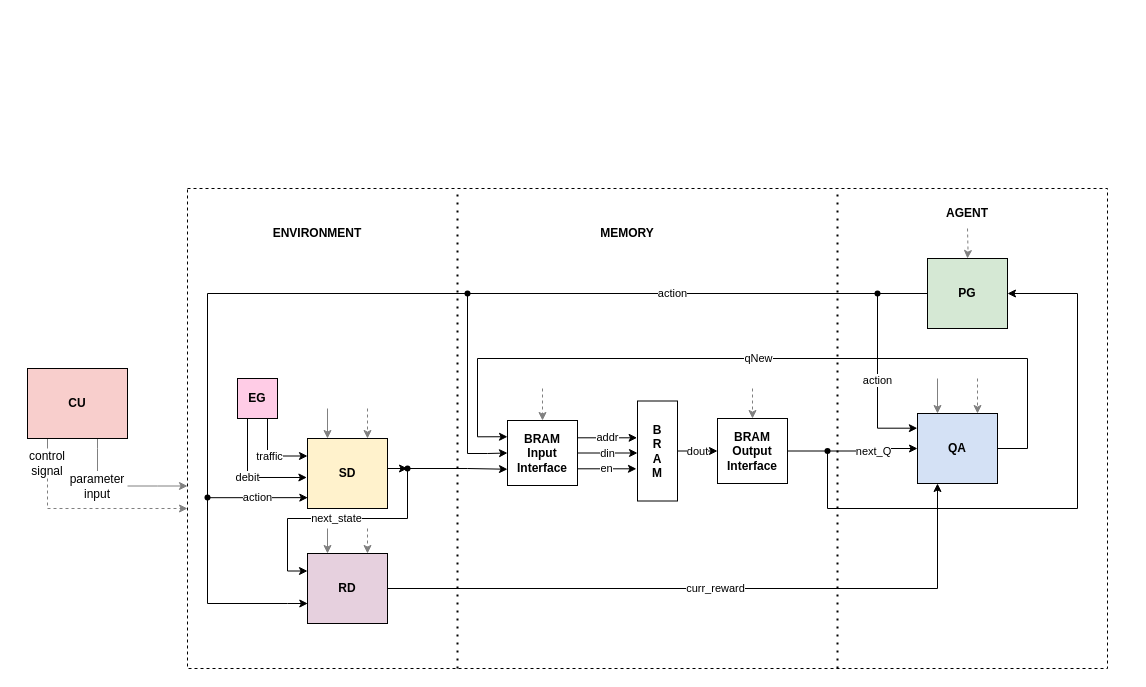
This is page "Sytem" (2 of 4) of intelight.drawio from zulfikarna/intelight, a draw.io file, before an edit. Source tidied: cells renumbered, new cells numbered last; positions are measured from the earlier drawing's top-left corner, leaving out a move shared by most shapes. Both pictures are drawn from the tidied source at 100%, with x=0, y=0 at pixel (17, 188).
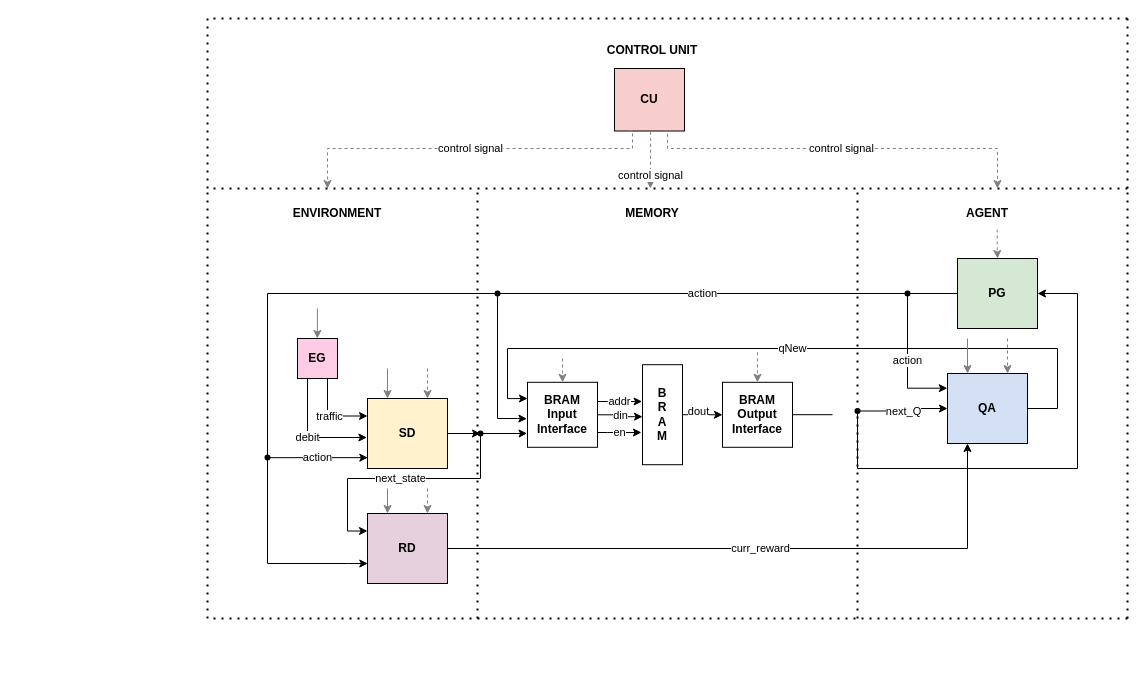
Above is the later version.

What changed in the source:
```diff
@@
-    <mxCell id="2" style="rounded=0;whiteSpace=wrap;html=1;fillColor=none;dashed=1;" parent="1" vertex="1">
-      <mxGeometry x="170" width="920" height="480" as="geometry" />
-    </mxCell>
@@
     <mxCell id="4" value="&lt;b&gt;PG&lt;/b&gt;" style="rounded=0;whiteSpace=wrap;html=1;fillColor=#D5E8D4;" parent="1" vertex="1">
-      <mxGeometry x="910" y="70" width="80" height="70" as="geometry" />
+      <mxGeometry x="940" y="70" width="80" height="70" as="geometry" />
     </mxCell>
     <mxCell id="5" value="next_state" style="edgeStyle=orthogonalEdgeStyle;rounded=0;jettySize=auto;html=1;entryX=0;entryY=0.25;entryDx=0;entryDy=0;startArrow=none;" parent="1" edge="1" source="21" target="9">
       <mxGeometry relative="1" as="geometry">
         <Array as="points">
-          <mxPoint x="390" y="330" />
-          <mxPoint x="270" y="330" />
-          <mxPoint x="270" y="383" />
+          <mxPoint x="463" y="290" />
+          <mxPoint x="330" y="290" />
+          <mxPoint x="330" y="343" />
         </Array>
       </mxGeometry>
     </mxCell>
-    <mxCell id="6" style="edgeStyle=orthogonalEdgeStyle;rounded=0;jettySize=auto;html=1;" parent="1" edge="1" source="7" target="21">
-      <mxGeometry relative="1" as="geometry">
-        <Array as="points">
-          <mxPoint x="360" y="280" />
-          <mxPoint x="360" y="280" />
-        </Array>
-      </mxGeometry>
+    <mxCell id="6" style="edgeStyle=orthogonalEdgeStyle;rounded=0;jettySize=auto;html=1;strokeColor=#000000;" parent="1" edge="1" source="7" target="21">
+      <mxGeometry relative="1" as="geometry" />
     </mxCell>
     <mxCell id="7" value="&lt;b&gt;SD&lt;/b&gt;" style="rounded=0;whiteSpace=wrap;html=1;fillColor=#FFF2CC;" parent="1" vertex="1">
-      <mxGeometry x="290" y="250" width="80" height="70" as="geometry" />
+      <mxGeometry x="350" y="210" width="80" height="70" as="geometry" />
     </mxCell>
@@
     <mxCell id="9" value="&lt;b&gt;RD&lt;/b&gt;" style="rounded=0;whiteSpace=wrap;html=1;fillColor=#E6D0DE;" parent="1" vertex="1">
-      <mxGeometry x="290" y="365" width="80" height="70" as="geometry" />
+      <mxGeometry x="350" y="325" width="80" height="70" as="geometry" />
     </mxCell>
     <mxCell id="10" value="qNew" style="edgeStyle=orthogonalEdgeStyle;rounded=0;jettySize=auto;html=1;entryX=0;entryY=0.25;entryDx=0;entryDy=0;strokeColor=#000000;" parent="1" edge="1" source="11" target="43">
       <mxGeometry relative="1" as="geometry">
         <Array as="points">
-          <mxPoint x="1010" y="260" />
-          <mxPoint x="1010" y="170" />
-          <mxPoint x="460" y="170" />
-          <mxPoint x="460" y="248" />
+          <mxPoint x="1040" y="220" />
+          <mxPoint x="1040" y="160" />
+          <mxPoint x="490" y="160" />
+          <mxPoint x="490" y="210" />
         </Array>
       </mxGeometry>
     </mxCell>
     <mxCell id="11" value="&lt;b&gt;QA&lt;/b&gt;" style="rounded=0;whiteSpace=wrap;html=1;fillColor=#D4E1F5;" parent="1" vertex="1">
-      <mxGeometry x="900" y="225" width="80" height="70" as="geometry" />
+      <mxGeometry x="930" y="185" width="80" height="70" as="geometry" />
     </mxCell>
     <mxCell id="12" style="edgeStyle=orthogonalEdgeStyle;rounded=0;jettySize=auto;html=1;endArrow=none;" parent="1" edge="1" source="14" target="16">
       <mxGeometry relative="1" as="geometry">
         <Array as="points">
-          <mxPoint x="190" y="105" />
+          <mxPoint x="250" y="105" />
         </Array>
       </mxGeometry>
     </mxCell>
-    <mxCell id="13" style="edgeStyle=orthogonalEdgeStyle;rounded=0;jettySize=auto;html=1;entryX=0;entryY=0.5;entryDx=0;entryDy=0;" parent="1" edge="1" source="14" target="43">
+    <mxCell id="13" style="edgeStyle=orthogonalEdgeStyle;rounded=0;jettySize=auto;html=1;entryX=-0.009;entryY=0.561;entryDx=0;entryDy=0;entryPerimeter=0;" parent="1" edge="1" source="14" target="43">
       <mxGeometry relative="1" as="geometry">
         <Array as="points">
-          <mxPoint x="450" y="265" />
-          <mxPoint x="470" y="265" />
+          <mxPoint x="480" y="230" />
+          <mxPoint x="500" y="230" />
         </Array>
       </mxGeometry>
     </mxCell>
     <mxCell id="14" style="shape=waypoint;sketch=0;fillStyle=solid;size=6;points=[];fillColor=none;perimeter=centerPerimeter;snapToPoint=1;" parent="1" vertex="1">
-      <mxGeometry x="430" y="85" width="40" height="40" as="geometry" />
+      <mxGeometry x="460" y="85" width="40" height="40" as="geometry" />
     </mxCell>
     <mxCell id="15" value="action" style="edgeStyle=orthogonalEdgeStyle;rounded=0;jettySize=auto;html=1;entryX=0.004;entryY=0.845;entryDx=0;entryDy=0;entryPerimeter=0;" parent="1" edge="1" source="16" target="7">
       <mxGeometry relative="1" as="geometry">
         <Array as="points">
-          <mxPoint x="290" y="309" />
+          <mxPoint x="350" y="269" />
         </Array>
       </mxGeometry>
     </mxCell>
     <mxCell id="16" style="shape=waypoint;sketch=0;fillStyle=solid;size=6;points=[];fillColor=none;perimeter=centerPerimeter;snapToPoint=1;" parent="1" vertex="1">
-      <mxGeometry x="170" y="289" width="40" height="40" as="geometry" />
+      <mxGeometry x="230" y="249" width="40" height="40" as="geometry" />
     </mxCell>
@@
     <mxCell id="18" value="dout" style="edgeStyle=orthogonalEdgeStyle;rounded=0;jettySize=auto;html=1;entryX=0;entryY=0.5;entryDx=0;entryDy=0;strokeColor=#000000;" parent="1" edge="1" source="19" target="44">
-      <mxGeometry relative="1" as="geometry" />
+      <mxGeometry x="-0.2" y="3" relative="1" as="geometry" />
     </mxCell>
     <mxCell id="19" value="&lt;b&gt;B&lt;br&gt;R&lt;br&gt;A&lt;br&gt;M&lt;br&gt;&lt;/b&gt;" style="rounded=0;whiteSpace=wrap;html=1;fillColor=#FFFFFF;" parent="1" vertex="1">
-      <mxGeometry x="620" y="212.5" width="40" height="100" as="geometry" />
+      <mxGeometry x="625" y="176.2" width="40" height="100" as="geometry" />
     </mxCell>
-    <mxCell id="20" style="edgeStyle=orthogonalEdgeStyle;rounded=0;jettySize=auto;html=1;entryX=0;entryY=0.75;entryDx=0;entryDy=0;strokeColor=#000000;" parent="1" edge="1" source="21" target="43">
+    <mxCell id="20" style="edgeStyle=orthogonalEdgeStyle;rounded=0;jettySize=auto;html=1;entryX=-0.006;entryY=0.786;entryDx=0;entryDy=0;entryPerimeter=0;strokeColor=#000000;" parent="1" edge="1" source="21" target="43">
       <mxGeometry relative="1" as="geometry" />
     </mxCell>
     <mxCell id="21" style="shape=waypoint;sketch=0;fillStyle=solid;size=6;points=[];fillColor=none;perimeter=centerPerimeter;snapToPoint=1;" parent="1" vertex="1">
-      <mxGeometry x="370" y="260" width="40" height="40" as="geometry" />
+      <mxGeometry x="443" y="225" width="40" height="40" as="geometry" />
     </mxCell>
     <mxCell id="22" style="edgeStyle=orthogonalEdgeStyle;rounded=0;jettySize=auto;html=1;entryX=0.004;entryY=0.716;entryDx=0;entryDy=0;entryPerimeter=0;" parent="1" edge="1" target="9">
       <mxGeometry relative="1" as="geometry">
-        <mxPoint x="270" y="415" as="sourcePoint" />
+        <mxPoint x="330" y="375" as="sourcePoint" />
       </mxGeometry>
     </mxCell>
     <mxCell id="23" style="edgeStyle=orthogonalEdgeStyle;rounded=0;jettySize=auto;html=1;entryDx=0;entryDy=0;endArrow=none;" parent="1" edge="1" source="16">
       <mxGeometry x="0.62" relative="1" as="geometry">
-        <mxPoint x="270" y="415" as="targetPoint" />
+        <mxPoint x="330" y="375" as="targetPoint" />
         <Array as="points">
-          <mxPoint x="190" y="415" />
+          <mxPoint x="250" y="375" />
         </Array>
       </mxGeometry>
     </mxCell>
     <mxCell id="24" value="action" style="edgeStyle=orthogonalEdgeStyle;rounded=0;jettySize=auto;html=1;entryX=-0.002;entryY=0.21;entryDx=0;entryDy=0;exitX=0.6;exitY=0.662;exitDx=0;exitDy=0;exitPerimeter=0;entryPerimeter=0;" parent="1" edge="1" source="33" target="11">
       <mxGeometry relative="1" as="geometry">
         <Array as="points">
-          <mxPoint x="860" y="240" />
-          <mxPoint x="900" y="240" />
+          <mxPoint x="890" y="200" />
+          <mxPoint x="930" y="200" />
         </Array>
       </mxGeometry>
     </mxCell>
     <mxCell id="25" style="endArrow=none;dashed=1;html=1;dashPattern=1 3;strokeWidth=2;rounded=0;" parent="1" edge="1">
       <mxGeometry relative="1" as="geometry">
-        <mxPoint x="820" y="480" as="sourcePoint" />
-        <mxPoint x="820" as="targetPoint" />
+        <mxPoint x="840" y="430" as="sourcePoint" />
+        <mxPoint x="840" as="targetPoint" />
       </mxGeometry>
     </mxCell>
     <mxCell id="26" style="endArrow=none;dashed=1;html=1;dashPattern=1 3;strokeWidth=2;rounded=0;" parent="1" edge="1">
       <mxGeometry relative="1" as="geometry">
-        <mxPoint x="440" y="480" as="sourcePoint" />
-        <mxPoint x="440" as="targetPoint" />
+        <mxPoint x="460" y="430" as="sourcePoint" />
+        <mxPoint x="460" as="targetPoint" />
       </mxGeometry>
     </mxCell>
     <mxCell id="27" value="&lt;b&gt;ENVIRONMENT&lt;/b&gt;" style="text;html=1;strokeColor=none;fillColor=none;align=center;verticalAlign=middle;whiteSpace=wrap;rounded=0;" parent="1" vertex="1">
-      <mxGeometry x="270" y="30" width="60" height="30" as="geometry" />
+      <mxGeometry x="290" y="10" width="60" height="30" as="geometry" />
     </mxCell>
     <mxCell id="28" value="&lt;b&gt;MEMORY&lt;/b&gt;" style="text;html=1;strokeColor=none;fillColor=none;align=center;verticalAlign=middle;whiteSpace=wrap;rounded=0;" parent="1" vertex="1">
-      <mxGeometry x="580" y="30" width="60" height="30" as="geometry" />
+      <mxGeometry x="605" y="10" width="60" height="30" as="geometry" />
     </mxCell>
     <mxCell id="29" value="&lt;b&gt;AGENT&lt;/b&gt;" style="text;html=1;strokeColor=none;fillColor=none;align=center;verticalAlign=middle;whiteSpace=wrap;rounded=0;" parent="1" vertex="1">
-      <mxGeometry x="920" y="10" width="60" height="30" as="geometry" />
+      <mxGeometry x="940" y="10" width="60" height="30" as="geometry" />
     </mxCell>
     <mxCell id="30" style="edgeStyle=orthogonalEdgeStyle;rounded=0;jettySize=auto;html=1;entryX=1;entryY=0.5;entryDx=0;entryDy=0;" parent="1" edge="1" source="31" target="4">
       <mxGeometry relative="1" as="geometry">
         <Array as="points">
-          <mxPoint x="810" y="320" />
-          <mxPoint x="1060" y="320" />
+          <mxPoint x="840" y="280" />
+          <mxPoint x="1060" y="280" />
           <mxPoint x="1060" y="105" />
         </Array>
       </mxGeometry>
     </mxCell>
     <mxCell id="31" style="shape=waypoint;sketch=0;fillStyle=solid;size=6;points=[];fillColor=none;perimeter=centerPerimeter;snapToPoint=1;" parent="1" vertex="1">
-      <mxGeometry x="790" y="242.5" width="40" height="40" as="geometry" />
+      <mxGeometry x="820" y="202.5" width="40" height="40" as="geometry" />
     </mxCell>
-    <mxCell id="32" style="edgeStyle=orthogonalEdgeStyle;rounded=0;jettySize=auto;html=1;entryDx=0;entryDy=0;endArrow=none;startArrow=none;exitX=1;exitY=0.5;exitDx=0;exitDy=0;" parent="1" edge="1" source="44" target="31">
+    <mxCell id="32" style="edgeStyle=orthogonalEdgeStyle;rounded=0;jettySize=auto;html=1;entryDx=0;entryDy=0;endArrow=none;startArrow=none;exitX=1;exitY=0.5;exitDx=0;exitDy=0;" parent="1" edge="1" source="44">
       <mxGeometry relative="1" as="geometry">
+        <mxPoint x="815" y="226.2" as="targetPoint" />
         <Array as="points">
-          <mxPoint x="810" y="263" />
+          <mxPoint x="815" y="226.8" />
         </Array>
       </mxGeometry>
     </mxCell>
     <mxCell id="33" style="shape=waypoint;sketch=0;fillStyle=solid;size=6;points=[];fillColor=none;perimeter=centerPerimeter;snapToPoint=1;" parent="1" vertex="1">
-      <mxGeometry x="840" y="85" width="40" height="40" as="geometry" />
+      <mxGeometry x="870" y="85" width="40" height="40" as="geometry" />
     </mxCell>
@@
-    <mxCell id="35" style="edgeStyle=orthogonalEdgeStyle;rounded=0;jettySize=auto;html=1;entryX=0.5;entryY=0;entryDx=0;entryDy=0;strokeColor=#808080;endArrow=none;exitX=0.25;exitY=1;exitDx=0;exitDy=0;" parent="1" edge="1" source="37" target="50">
-      <mxGeometry relative="1" as="geometry" />
-    </mxCell>
-    <mxCell id="36" style="edgeStyle=orthogonalEdgeStyle;rounded=0;jettySize=auto;html=1;strokeColor=#808080;endArrow=none;" parent="1" edge="1" source="37" target="52">
-      <mxGeometry relative="1" as="geometry">
-        <Array as="points">
-          <mxPoint x="80" y="260" />
-          <mxPoint x="80" y="260" />
-        </Array>
-      </mxGeometry>
-    </mxCell>
     <mxCell id="37" value="&lt;b&gt;CU&lt;/b&gt;" style="rounded=0;whiteSpace=wrap;html=1;fillColor=#F8CECC;" parent="1" vertex="1">
-      <mxGeometry x="10" y="180" width="100" height="70" as="geometry" />
+      <mxGeometry x="597" y="-120" width="70" height="62.5" as="geometry" />
     </mxCell>
     <mxCell id="38" style="edgeStyle=orthogonalEdgeStyle;rounded=0;jettySize=auto;html=1;entryX=0.25;entryY=0;entryDx=0;entryDy=0;strokeColor=#808080;" parent="1" edge="1" target="7">
       <mxGeometry relative="1" as="geometry">
-        <mxPoint x="310" y="220" as="sourcePoint" />
+        <mxPoint x="370" y="180" as="sourcePoint" />
       </mxGeometry>
     </mxCell>
     <mxCell id="39" style="edgeStyle=orthogonalEdgeStyle;rounded=0;jettySize=auto;html=1;entryX=0.25;entryY=0;entryDx=0;entryDy=0;strokeColor=#808080;" parent="1" edge="1" target="9">
       <mxGeometry x="-0.27" relative="1" as="geometry">
-        <mxPoint x="310" y="340" as="sourcePoint" />
+        <mxPoint x="370" y="300" as="sourcePoint" />
       </mxGeometry>
     </mxCell>
@@
     <mxCell id="41" value="addr" style="edgeStyle=orthogonalEdgeStyle;rounded=0;jettySize=auto;html=1;entryX=-0.01;entryY=0.368;entryDx=0;entryDy=0;entryPerimeter=0;strokeColor=#000000;" parent="1" edge="1" source="43" target="19">
       <mxGeometry relative="1" as="geometry">
         <Array as="points">
-          <mxPoint x="585" y="250" />
+          <mxPoint x="590" y="213.8" />
         </Array>
       </mxGeometry>
     </mxCell>
     <mxCell id="42" value="en" style="edgeStyle=orthogonalEdgeStyle;rounded=0;jettySize=auto;html=1;entryX=-0.026;entryY=0.678;entryDx=0;entryDy=0;entryPerimeter=0;strokeColor=#000000;" parent="1" edge="1" source="43" target="19">
       <mxGeometry relative="1" as="geometry">
         <Array as="points">
-          <mxPoint x="585" y="280" />
+          <mxPoint x="590" y="243.8" />
         </Array>
       </mxGeometry>
     </mxCell>
     <mxCell id="43" value="&lt;b&gt;BRAM Input Interface&lt;br&gt;&lt;/b&gt;" style="rounded=0;whiteSpace=wrap;html=1;fillColor=#FFFFFF;" parent="1" vertex="1">
-      <mxGeometry x="490" y="232" width="70" height="65" as="geometry" />
+      <mxGeometry x="510" y="193.8" width="70" height="65" as="geometry" />
     </mxCell>
     <mxCell id="44" value="&lt;b&gt;BRAM Output Interface&lt;br&gt;&lt;/b&gt;" style="rounded=0;whiteSpace=wrap;html=1;fillColor=#FFFFFF;" parent="1" vertex="1">
-      <mxGeometry x="700" y="230" width="70" height="65" as="geometry" />
+      <mxGeometry x="705" y="193.8" width="70" height="65" as="geometry" />
     </mxCell>
     <mxCell id="45" style="edgeStyle=orthogonalEdgeStyle;rounded=0;jettySize=auto;html=1;entryX=0.5;entryY=0;entryDx=0;entryDy=0;strokeColor=#808080;dashed=1;" parent="1" edge="1" target="43">
       <mxGeometry relative="1" as="geometry">
-        <mxPoint x="525" y="200" as="sourcePoint" />
+        <mxPoint x="545" y="170" as="sourcePoint" />
       </mxGeometry>
     </mxCell>
     <mxCell id="46" style="edgeStyle=orthogonalEdgeStyle;rounded=0;jettySize=auto;html=1;entryX=0.5;entryY=0;entryDx=0;entryDy=0;strokeColor=#808080;dashed=1;" parent="1" edge="1" target="44">
       <mxGeometry relative="1" as="geometry">
-        <mxPoint x="735" y="200" as="sourcePoint" />
+        <mxPoint x="740" y="163.8" as="sourcePoint" />
       </mxGeometry>
     </mxCell>
     <mxCell id="47" style="edgeStyle=orthogonalEdgeStyle;rounded=0;jettySize=auto;html=1;strokeColor=#808080;entryX=0.25;entryY=0;entryDx=0;entryDy=0;" parent="1" edge="1" target="11">
       <mxGeometry relative="1" as="geometry">
-        <mxPoint x="920" y="190" as="sourcePoint" />
+        <mxPoint x="950" y="150" as="sourcePoint" />
       </mxGeometry>
     </mxCell>
-    <mxCell id="48" style="edgeStyle=orthogonalEdgeStyle;rounded=0;jettySize=auto;html=1;strokeColor=#808080;dashed=1;" parent="1" edge="1" target="4">
-      <mxGeometry relative="1" as="geometry">
-        <mxPoint x="950" y="40" as="sourcePoint" />
-      </mxGeometry>
+    <mxCell id="48" style="edgeStyle=orthogonalEdgeStyle;rounded=0;jettySize=auto;html=1;strokeColor=#808080;dashed=1;exitX=0.661;exitY=1.032;exitDx=0;exitDy=0;exitPerimeter=0;" parent="1" edge="1" source="29" target="4">
+      <mxGeometry relative="1" as="geometry" />
     </mxCell>
-    <mxCell id="49" style="edgeStyle=orthogonalEdgeStyle;rounded=0;jettySize=auto;html=1;strokeColor=#808080;dashed=1;exitX=0.5;exitY=1;exitDx=0;exitDy=0;" parent="1" edge="1" source="50">
-      <mxGeometry relative="1" as="geometry">
-        <mxPoint x="170" y="320" as="targetPoint" />
-        <Array as="points">
-          <mxPoint x="30" y="320" />
-        </Array>
-      </mxGeometry>
-    </mxCell>
-    <mxCell id="50" value="control signal" style="text;html=1;strokeColor=none;fillColor=none;align=center;verticalAlign=middle;whiteSpace=wrap;rounded=0;" parent="1" vertex="1">
-      <mxGeometry y="260" width="60" height="30" as="geometry" />
-    </mxCell>
-    <mxCell id="51" style="edgeStyle=orthogonalEdgeStyle;rounded=0;jettySize=auto;html=1;strokeColor=#808080;" parent="1" edge="1" source="52">
-      <mxGeometry relative="1" as="geometry">
-        <mxPoint x="170" y="297.5" as="targetPoint" />
-      </mxGeometry>
-    </mxCell>
-    <mxCell id="52" value="parameter input" style="text;html=1;strokeColor=none;fillColor=none;align=center;verticalAlign=middle;whiteSpace=wrap;rounded=0;" parent="1" vertex="1">
-      <mxGeometry x="50" y="282.5" width="60" height="30" as="geometry" />
-    </mxCell>
     <mxCell id="53" style="edgeStyle=orthogonalEdgeStyle;rounded=0;jettySize=auto;html=1;entryX=0.75;entryY=0;entryDx=0;entryDy=0;strokeColor=#808080;dashed=1;" parent="1" edge="1" target="7">
       <mxGeometry relative="1" as="geometry">
-        <mxPoint x="350" y="220" as="sourcePoint" />
+        <mxPoint x="410" y="180" as="sourcePoint" />
       </mxGeometry>
     </mxCell>
     <mxCell id="54" style="edgeStyle=orthogonalEdgeStyle;rounded=0;jettySize=auto;html=1;entryX=0.75;entryY=0;entryDx=0;entryDy=0;strokeColor=#808080;dashed=1;" parent="1" edge="1" target="9">
       <mxGeometry relative="1" as="geometry">
-        <mxPoint x="350" y="340" as="sourcePoint" />
+        <mxPoint x="410" y="300" as="sourcePoint" />
       </mxGeometry>
     </mxCell>
     <mxCell id="55" style="edgeStyle=orthogonalEdgeStyle;rounded=0;jettySize=auto;html=1;strokeColor=#808080;entryX=0.75;entryY=0;entryDx=0;entryDy=0;dashed=1;" parent="1" edge="1" target="11">
       <mxGeometry relative="1" as="geometry">
-        <mxPoint x="960" y="190" as="sourcePoint" />
+        <mxPoint x="990" y="150" as="sourcePoint" />
       </mxGeometry>
     </mxCell>
@@
     <mxCell id="58" value="&lt;b&gt;EG&lt;/b&gt;" style="rounded=0;whiteSpace=wrap;html=1;fillColor=#FFCCE6;" parent="1" vertex="1">
-      <mxGeometry x="220" y="190" width="40" height="40" as="geometry" />
+      <mxGeometry x="280" y="150" width="40" height="40" as="geometry" />
     </mxCell>
+    <mxCell id="59" style="edgeStyle=orthogonalEdgeStyle;rounded=0;orthogonalLoop=1;jettySize=auto;html=1;entryX=0.25;entryY=0;entryDx=0;entryDy=0;strokeColor=#808080;" parent="1" edge="1">
+      <mxGeometry relative="1" as="geometry">
+        <mxPoint x="299.9" y="120" as="sourcePoint" />
+        <mxPoint x="299.9" y="150" as="targetPoint" />
+      </mxGeometry>
+    </mxCell>
+    <mxCell id="60" value="control signal" style="edgeStyle=orthogonalEdgeStyle;rounded=0;jettySize=auto;html=1;strokeColor=#808080;dashed=1;exitX=0.213;exitY=0.992;exitDx=0;exitDy=0;exitPerimeter=0;" parent="1" edge="1" source="37">
+      <mxGeometry relative="1" as="geometry">
+        <mxPoint x="310" as="targetPoint" />
+        <Array as="points">
+          <mxPoint x="615" y="-40" />
+          <mxPoint x="310" y="-40" />
+        </Array>
+      </mxGeometry>
+    </mxCell>
+    <mxCell id="61" style="endArrow=none;dashed=1;html=1;dashPattern=1 3;strokeWidth=2;rounded=0;" parent="1" edge="1">
+      <mxGeometry relative="1" as="geometry">
+        <mxPoint x="190" y="430" as="sourcePoint" />
+        <mxPoint x="190" as="targetPoint" />
+      </mxGeometry>
+    </mxCell>
+    <mxCell id="62" value="&lt;b&gt;CONTROL UNIT&lt;br&gt;&lt;/b&gt;" style="text;html=1;strokeColor=none;fillColor=none;align=center;verticalAlign=middle;whiteSpace=wrap;rounded=0;" parent="1" vertex="1">
+      <mxGeometry x="585" y="-153" width="100" height="30" as="geometry" />
+    </mxCell>
+    <mxCell id="63" style="endArrow=none;dashed=1;html=1;dashPattern=1 3;strokeWidth=2;rounded=0;" parent="1" edge="1">
+      <mxGeometry relative="1" as="geometry">
+        <mxPoint x="1110" as="sourcePoint" />
+        <mxPoint x="190" as="targetPoint" />
+      </mxGeometry>
+    </mxCell>
+    <mxCell id="64" value="control signal" style="edgeStyle=orthogonalEdgeStyle;rounded=0;orthogonalLoop=1;jettySize=auto;html=1;strokeColor=#808080;dashed=1;exitX=0.459;exitY=1.013;exitDx=0;exitDy=0;exitPerimeter=0;" parent="1" edge="1">
+      <mxGeometry x="0.54" relative="1" as="geometry">
+        <mxPoint x="633.1" y="-56.7" as="sourcePoint" />
+        <mxPoint x="632.9" as="targetPoint" />
+        <Array as="points">
+          <mxPoint x="633" y="-50" />
+        </Array>
+      </mxGeometry>
+    </mxCell>
+    <mxCell id="65" value="control signal" style="edgeStyle=orthogonalEdgeStyle;rounded=0;jettySize=auto;html=1;strokeColor=#808080;dashed=1;exitX=0.717;exitY=0.995;exitDx=0;exitDy=0;exitPerimeter=0;" parent="1" edge="1" source="37">
+      <mxGeometry relative="1" as="geometry">
+        <mxPoint x="980" as="targetPoint" />
+        <Array as="points">
+          <mxPoint x="650" y="-40" />
+          <mxPoint x="980" y="-40" />
+        </Array>
+      </mxGeometry>
+    </mxCell>
+    <mxCell id="66" style="endArrow=none;dashed=1;html=1;dashPattern=1 3;strokeWidth=2;rounded=0;" parent="1" edge="1">
+      <mxGeometry relative="1" as="geometry">
+        <mxPoint x="1110" y="430" as="sourcePoint" />
+        <mxPoint x="190" y="430" as="targetPoint" />
+      </mxGeometry>
+    </mxCell>
+    <mxCell id="67" style="endArrow=none;dashed=1;html=1;dashPattern=1 3;strokeWidth=2;rounded=0;" parent="1" edge="1">
+      <mxGeometry relative="1" as="geometry">
+        <mxPoint x="1110" y="430" as="sourcePoint" />
+        <mxPoint x="1110" as="targetPoint" />
+      </mxGeometry>
+    </mxCell>
+    <mxCell id="68" style="endArrow=none;dashed=1;html=1;dashPattern=1 3;strokeWidth=2;rounded=0;" parent="1" edge="1">
+      <mxGeometry relative="1" as="geometry">
+        <mxPoint x="1110" y="-170" as="sourcePoint" />
+        <mxPoint x="190" y="-170" as="targetPoint" />
+      </mxGeometry>
+    </mxCell>
+    <mxCell id="69" style="endArrow=none;dashed=1;html=1;dashPattern=1 3;strokeWidth=2;rounded=0;" parent="1" edge="1">
+      <mxGeometry relative="1" as="geometry">
+        <mxPoint x="190" as="sourcePoint" />
+        <mxPoint x="190" y="-170" as="targetPoint" />
+      </mxGeometry>
+    </mxCell>
+    <mxCell id="70" style="endArrow=none;dashed=1;html=1;dashPattern=1 3;strokeWidth=2;rounded=0;" parent="1" edge="1">
+      <mxGeometry relative="1" as="geometry">
+        <mxPoint x="1110" as="sourcePoint" />
+        <mxPoint x="1110" y="-170" as="targetPoint" />
+      </mxGeometry>
+    </mxCell>
```
